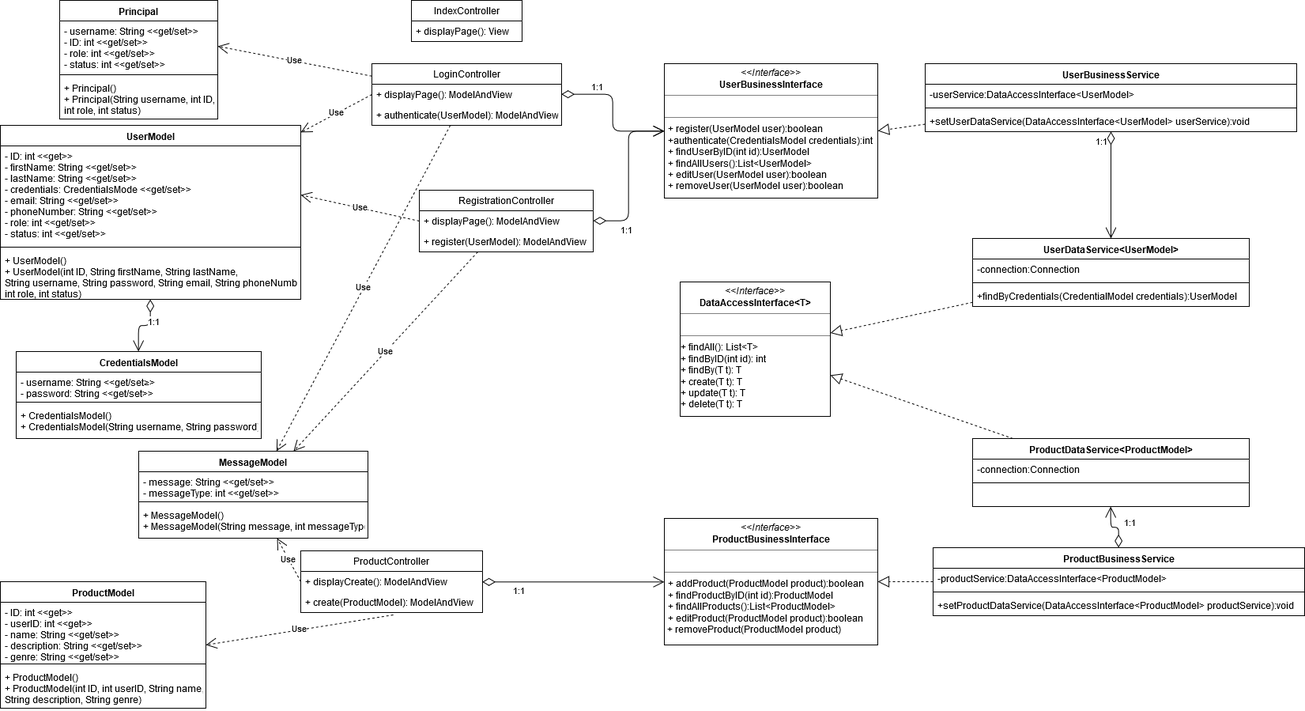
Earlier version of the draw.io export Documentation/UMLs/uml.png (BradyBerner/SpringCLC). Source tidied: cells renumbered, new cells last; positions are measured from the earlier drawing's top-left corner, leaving out a move shared by most shapes.
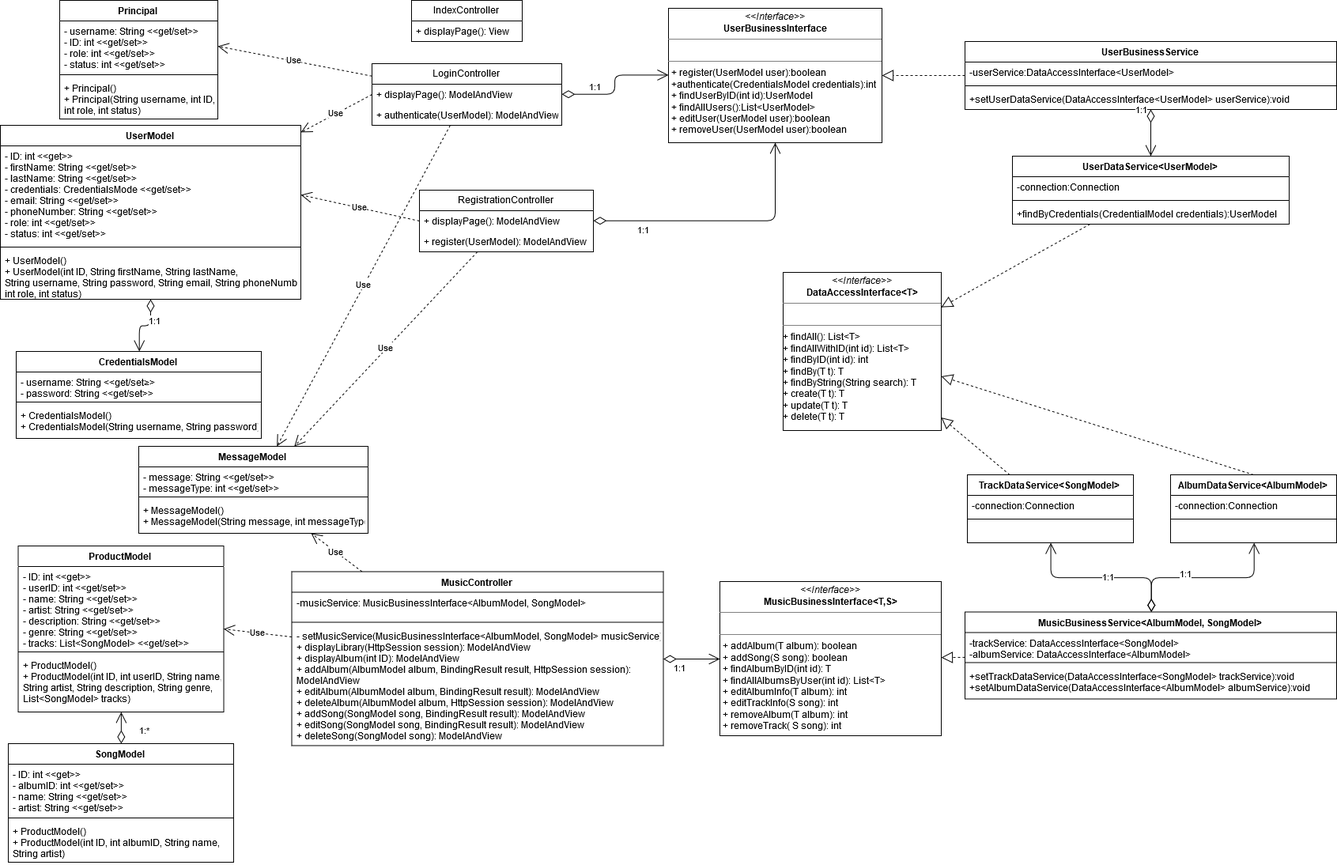
The same file after the commit.

Change to the diagram source:
```diff
@@ -53,12 +53,12 @@
     <mxCell id="18" value="ProductModel" style="swimlane;fontStyle=1;align=center;verticalAlign=top;horizontal=1;startSize=26;" parent="1" vertex="1">
-      <mxGeometry y="735" width="260" height="160" as="geometry" />
+      <mxGeometry x="22.5" y="690" width="260" height="210" as="geometry" />
     </mxCell>
-    <mxCell id="19" value="- ID: int &lt;&lt;get&gt;&gt;&#10;- userID: int &lt;&lt;get&gt;&gt;&#10;- name: String &lt;&lt;get/set&gt;&gt;&#10;- description: String &lt;&lt;get/set&gt;&gt;&#10;- genre: String &lt;&lt;get/set&gt;&gt;" style="text;strokeColor=none;fillColor=none;align=left;verticalAlign=top;spacingLeft=4;spacingRight=4;overflow=hidden;" parent="18" vertex="1">
-      <mxGeometry y="26" width="260" height="74" as="geometry" />
+    <mxCell id="19" value="- ID: int &lt;&lt;get&gt;&gt;&#10;- userID: int &lt;&lt;get/set&gt;&gt;&#10;- name: String &lt;&lt;get/set&gt;&gt;&#10;- artist: String &lt;&lt;get/set&gt;&gt;&#10;- description: String &lt;&lt;get/set&gt;&gt;&#10;- genre: String &lt;&lt;get/set&gt;&gt;&#10;- tracks: List&lt;SongModel&gt; &lt;&lt;get/set&gt;&gt;&#10;" style="text;strokeColor=none;fillColor=none;align=left;verticalAlign=top;spacingLeft=4;spacingRight=4;overflow=hidden;" parent="18" vertex="1">
+      <mxGeometry y="26" width="260" height="104" as="geometry" />
     </mxCell>
     <mxCell id="20" style="line;strokeWidth=1;fillColor=none;align=left;verticalAlign=middle;spacingTop=-1;spacingLeft=3;spacingRight=3;labelPosition=right;" parent="18" vertex="1">
-      <mxGeometry y="100" width="260" height="8" as="geometry" />
+      <mxGeometry y="130" width="260" height="8" as="geometry" />
     </mxCell>
-    <mxCell id="21" value="+ ProductModel()&#10;+ ProductModel(int ID, int userID, String name,&#10;String description, String genre)" style="text;strokeColor=none;fillColor=none;align=left;verticalAlign=top;spacingLeft=4;spacingRight=4;overflow=hidden;" parent="18" vertex="1">
-      <mxGeometry y="108" width="260" height="52" as="geometry" />
+    <mxCell id="21" value="+ ProductModel()&#10;+ ProductModel(int ID, int userID, String name,&#10;String artist, String description, String genre, &#10;List&lt;SongModel&gt; tracks)" style="text;strokeColor=none;fillColor=none;align=left;verticalAlign=top;spacingLeft=4;spacingRight=4;overflow=hidden;" parent="18" vertex="1">
+      <mxGeometry y="138" width="260" height="72" as="geometry" />
     </mxCell>
@@ -70,12 +70,3 @@
     </mxCell>
-    <mxCell id="24" value="ProductController" style="swimlane;fontStyle=0;horizontal=1;startSize=26;fillColor=none;" parent="1" vertex="1">
-      <mxGeometry x="380" y="696" width="230" height="78" as="geometry" />
-    </mxCell>
-    <mxCell id="25" value="+ displayCreate(): ModelAndView" style="text;strokeColor=none;fillColor=none;align=left;verticalAlign=top;spacingLeft=4;spacingRight=4;overflow=hidden;points=[[0,0.5],[1,0.5]];portConstraint=eastwest;" parent="24" vertex="1">
-      <mxGeometry y="26" width="230" height="26" as="geometry" />
-    </mxCell>
-    <mxCell id="26" value="+ create(ProductModel): ModelAndView" style="text;strokeColor=none;fillColor=none;align=left;verticalAlign=top;spacingLeft=4;spacingRight=4;overflow=hidden;points=[[0,0.5],[1,0.5]];portConstraint=eastwest;" parent="24" vertex="1">
-      <mxGeometry y="52" width="230" height="26" as="geometry" />
-    </mxCell>
-    <mxCell id="27" value="Use" style="endArrow=open;endSize=12;dashed=1;html=1;exitX=0.509;exitY=1.115;exitDx=0;exitDy=0;exitPerimeter=0;entryX=1;entryY=0.5;entryDx=0;entryDy=0;" parent="1" edge="1" source="26" target="18">
+    <mxCell id="27" value="Use" style="endArrow=open;endSize=12;dashed=1;html=1;entryX=1;entryY=0.5;entryDx=0;entryDy=0;" parent="1" edge="1" source="75" target="18">
       <mxGeometry relative="1" as="geometry" />
@@ -83,3 +74,3 @@
     <mxCell id="28" value="MessageModel" style="swimlane;fontStyle=1;align=center;verticalAlign=top;horizontal=1;startSize=26;" parent="1" vertex="1">
-      <mxGeometry x="175" y="570" width="290" height="110" as="geometry" />
+      <mxGeometry x="175" y="564" width="290" height="110" as="geometry" />
     </mxCell>
@@ -94,28 +85,28 @@
     </mxCell>
-    <mxCell id="32" value="Use" style="endArrow=open;endSize=12;dashed=1;html=1;exitX=0;exitY=0.5;exitDx=0;exitDy=0;" parent="1" edge="1" source="25" target="28">
+    <mxCell id="32" value="Use" style="endArrow=open;endSize=12;dashed=1;html=1;" parent="1" edge="1" source="75" target="28">
       <mxGeometry relative="1" as="geometry" />
     </mxCell>
-    <mxCell id="33" value="&lt;p style=&quot;margin: 0px ; margin-top: 4px ; text-align: center&quot;&gt;&lt;i&gt;&amp;lt;&amp;lt;Interface&amp;gt;&amp;gt;&lt;/i&gt;&lt;br&gt;&lt;b&gt;ProductBusinessInterface&lt;/b&gt;&lt;/p&gt;&lt;hr size=&quot;1&quot;&gt;&lt;br&gt;&lt;hr size=&quot;1&quot;&gt;&lt;p style=&quot;margin: 0px ; margin-left: 4px&quot;&gt;+ addProduct(ProductModel product):boolean&lt;/p&gt;&lt;p style=&quot;margin: 0px ; margin-left: 4px&quot;&gt;+ findProductByID(int id):ProductModel&lt;/p&gt;&lt;p style=&quot;margin: 0px ; margin-left: 4px&quot;&gt;+ findAllProducts():List&amp;lt;ProductModel&amp;gt;&lt;/p&gt;&lt;p style=&quot;margin: 0px ; margin-left: 4px&quot;&gt;+ editProduct(ProductModel product):boolean&lt;/p&gt;&amp;nbsp;+ removeProduct(ProductModel product)" style="verticalAlign=top;align=left;overflow=fill;fontSize=12;fontFamily=Helvetica;html=1;" parent="1" vertex="1">
-      <mxGeometry x="840" y="655" width="270" height="160" as="geometry" />
+    <mxCell id="33" value="&lt;p style=&quot;margin: 0px ; margin-top: 4px ; text-align: center&quot;&gt;&lt;i&gt;&amp;lt;&amp;lt;Interface&amp;gt;&amp;gt;&lt;/i&gt;&lt;br&gt;&lt;b&gt;MusicBusinessInterface&amp;lt;T,S&amp;gt;&lt;/b&gt;&lt;/p&gt;&lt;hr size=&quot;1&quot;&gt;&lt;br&gt;&lt;hr size=&quot;1&quot;&gt;&lt;p style=&quot;margin: 0px ; margin-left: 4px&quot;&gt;+ addAlbum(T album): boolean&lt;/p&gt;&lt;p style=&quot;margin: 0px ; margin-left: 4px&quot;&gt;+ addSong(S song): boolean&lt;/p&gt;&lt;p style=&quot;margin: 0px ; margin-left: 4px&quot;&gt;+ findAlbumByID(int id): T&lt;/p&gt;&lt;p style=&quot;margin: 0px ; margin-left: 4px&quot;&gt;+ findAllAlbumsByUser(int id): List&amp;lt;T&amp;gt;&lt;/p&gt;&lt;p style=&quot;margin: 0px ; margin-left: 4px&quot;&gt;+ editAlbumInfo(T album): int&lt;/p&gt;&lt;p style=&quot;margin: 0px ; margin-left: 4px&quot;&gt;+ editTrackInfo(S song): int&lt;/p&gt;&lt;p style=&quot;margin: 0px ; margin-left: 4px&quot;&gt;+ removeAlbum(T album): int&lt;/p&gt;&lt;p style=&quot;margin: 0px ; margin-left: 4px&quot;&gt;+ removeTrack( S song): int&lt;br&gt;&lt;/p&gt;" style="verticalAlign=top;align=left;overflow=fill;fontSize=12;fontFamily=Helvetica;html=1;" parent="1" vertex="1">
+      <mxGeometry x="910" y="735" width="280" height="195" as="geometry" />
     </mxCell>
-    <mxCell id="34" value="&lt;p style=&quot;margin: 0px ; margin-top: 4px ; text-align: center&quot;&gt;&lt;i&gt;&amp;lt;&amp;lt;Interface&amp;gt;&amp;gt;&lt;/i&gt;&lt;br&gt;&lt;b&gt;DataAccessInterface&amp;lt;T&amp;gt;&lt;/b&gt;&lt;/p&gt;&lt;hr size=&quot;1&quot;&gt;&lt;p style=&quot;margin: 0px ; margin-left: 4px&quot;&gt;&lt;br&gt;&lt;/p&gt;&lt;hr size=&quot;1&quot;&gt;+ findAll(): List&amp;lt;T&amp;gt;&lt;br&gt;+ findByID(int id): int&lt;br&gt;+ findBy(T t): T&lt;br&gt;+ create(T t): T&lt;br&gt;+ update(T t): T&lt;br&gt;+ delete(T t): T" style="verticalAlign=top;align=left;overflow=fill;fontSize=12;fontFamily=Helvetica;html=1;" parent="1" vertex="1">
-      <mxGeometry x="860" y="356" width="190" height="170" as="geometry" />
+    <mxCell id="34" value="&lt;p style=&quot;margin: 0px ; margin-top: 4px ; text-align: center&quot;&gt;&lt;i&gt;&amp;lt;&amp;lt;Interface&amp;gt;&amp;gt;&lt;/i&gt;&lt;br&gt;&lt;b&gt;DataAccessInterface&amp;lt;T&amp;gt;&lt;/b&gt;&lt;/p&gt;&lt;hr size=&quot;1&quot;&gt;&lt;p style=&quot;margin: 0px ; margin-left: 4px&quot;&gt;&lt;br&gt;&lt;/p&gt;&lt;hr size=&quot;1&quot;&gt;&lt;div&gt;+ findAll(): List&amp;lt;T&amp;gt;&lt;/div&gt;&lt;div&gt;+ findAllWithID(int id): List&amp;lt;T&amp;gt;&lt;br&gt;&lt;/div&gt;+ findByID(int id): int&lt;br&gt;&lt;div&gt;+ findBy(T t): T&lt;/div&gt;&lt;div&gt;+ findByString(String search): T&lt;br&gt;&lt;/div&gt;+ create(T t): T&lt;br&gt;+ update(T t): T&lt;br&gt;+ delete(T t): T" style="verticalAlign=top;align=left;overflow=fill;fontSize=12;fontFamily=Helvetica;html=1;" parent="1" vertex="1">
+      <mxGeometry x="990" y="344" width="200" height="200" as="geometry" />
     </mxCell>
     <mxCell id="35" value="&lt;p style=&quot;margin: 0px ; margin-top: 4px ; text-align: center&quot;&gt;&lt;i&gt;&amp;lt;&amp;lt;Interface&amp;gt;&amp;gt;&lt;/i&gt;&lt;br&gt;&lt;b&gt;UserBusinessInterface&lt;/b&gt;&lt;/p&gt;&lt;hr size=&quot;1&quot;&gt;&lt;br&gt;&lt;hr size=&quot;1&quot;&gt;&lt;p style=&quot;margin: 0px ; margin-left: 4px&quot;&gt;+ register(UserModel user):boolean&lt;/p&gt;&lt;p style=&quot;margin: 0px ; margin-left: 4px&quot;&gt;+authenticate(CredentialsModel credentials):int&lt;/p&gt;&lt;p style=&quot;margin: 0px ; margin-left: 4px&quot;&gt;+ findUserByID(int id):UserModel&lt;/p&gt;&lt;p style=&quot;margin: 0px ; margin-left: 4px&quot;&gt;+ findAllUsers():List&amp;lt;UserModel&amp;gt;&lt;/p&gt;&lt;p style=&quot;margin: 0px ; margin-left: 4px&quot;&gt;+ editUser(UserModel user):boolean&lt;/p&gt;&lt;p style=&quot;margin: 0px ; margin-left: 4px&quot;&gt;+ removeUser(UserModel user):boolean&lt;br&gt;&lt;/p&gt;" style="verticalAlign=top;align=left;overflow=fill;fontSize=12;fontFamily=Helvetica;html=1;" parent="1" vertex="1">
-      <mxGeometry x="840" y="80" width="270" height="170" as="geometry" />
+      <mxGeometry x="845" y="10" width="270" height="170" as="geometry" />
     </mxCell>
-    <mxCell id="36" value="ProductBusinessService" style="swimlane;fontStyle=1;align=center;verticalAlign=top;horizontal=1;startSize=26;" parent="1" vertex="1">
-      <mxGeometry x="1180" y="692" width="470" height="86" as="geometry" />
+    <mxCell id="36" value="MusicBusinessService&lt;AlbumModel, SongModel&gt;" style="swimlane;fontStyle=1;align=center;verticalAlign=top;horizontal=1;startSize=26;" parent="1" vertex="1">
+      <mxGeometry x="1220" y="773.5" width="470" height="110" as="geometry" />
     </mxCell>
-    <mxCell id="37" value="-productService:DataAccessInterface&lt;ProductModel&gt; " style="text;strokeColor=none;fillColor=none;align=left;verticalAlign=top;spacingLeft=4;spacingRight=4;overflow=hidden;" parent="36" vertex="1">
-      <mxGeometry y="26" width="470" height="26" as="geometry" />
+    <mxCell id="37" value="-trackService: DataAccessInterface&lt;SongModel&gt;&#10;-albumService: DataAccessInterface&lt;AlbumModel&gt;&#10;" style="text;strokeColor=none;fillColor=none;align=left;verticalAlign=top;spacingLeft=4;spacingRight=4;overflow=hidden;" parent="36" vertex="1">
+      <mxGeometry y="26" width="470" height="34" as="geometry" />
     </mxCell>
     <mxCell id="38" style="line;strokeWidth=1;fillColor=none;align=left;verticalAlign=middle;spacingTop=-1;spacingLeft=3;spacingRight=3;labelPosition=right;" parent="36" vertex="1">
-      <mxGeometry y="52" width="470" height="8" as="geometry" />
+      <mxGeometry y="60" width="470" height="8" as="geometry" />
     </mxCell>
-    <mxCell id="39" value="+setProductDataService(DataAccessInterface&lt;ProductModel&gt; productService):void" style="text;strokeColor=none;fillColor=none;align=left;verticalAlign=top;spacingLeft=4;spacingRight=4;overflow=hidden;" parent="36" vertex="1">
-      <mxGeometry y="60" width="470" height="26" as="geometry" />
+    <mxCell id="39" value="+setTrackDataService(DataAccessInterface&lt;SongModel&gt; trackService):void&#10;+setAlbumDataService(DataAccessInterface&lt;AlbumModel&gt; albumService):void" style="text;strokeColor=none;fillColor=none;align=left;verticalAlign=top;spacingLeft=4;spacingRight=4;overflow=hidden;" parent="36" vertex="1">
+      <mxGeometry y="68" width="470" height="42" as="geometry" />
     </mxCell>
     <mxCell id="40" value="UserBusinessService" style="swimlane;fontStyle=1;align=center;verticalAlign=top;horizontal=1;startSize=26;" parent="1" vertex="1">
-      <mxGeometry x="1170" y="80" width="470" height="86" as="geometry" />
+      <mxGeometry x="1220" y="52" width="470" height="86" as="geometry" />
     </mxCell>
@@ -134,3 +125,3 @@
     <mxCell id="45" value="UserDataService&lt;UserModel&gt;" style="swimlane;fontStyle=1;align=center;verticalAlign=top;horizontal=1;startSize=26;" parent="1" vertex="1">
-      <mxGeometry x="1230" y="301" width="350" height="86" as="geometry" />
+      <mxGeometry x="1280" y="197" width="350" height="86" as="geometry" />
     </mxCell>
@@ -145,13 +136,13 @@
     </mxCell>
-    <mxCell id="49" value="ProductDataService&lt;ProductModel&gt;" style="swimlane;fontStyle=1;align=center;verticalAlign=top;horizontal=1;startSize=26;" parent="1" vertex="1">
-      <mxGeometry x="1230" y="554" width="350" height="86" as="geometry" />
+    <mxCell id="49" value="AlbumDataService&lt;AlbumModel&gt;" style="swimlane;fontStyle=1;align=center;verticalAlign=top;horizontal=1;startSize=26;" parent="1" vertex="1">
+      <mxGeometry x="1480" y="600" width="210" height="86" as="geometry" />
     </mxCell>
     <mxCell id="50" value="-connection:Connection" style="text;strokeColor=none;fillColor=none;align=left;verticalAlign=top;spacingLeft=4;spacingRight=4;overflow=hidden;" parent="49" vertex="1">
-      <mxGeometry y="26" width="350" height="26" as="geometry" />
+      <mxGeometry y="26" width="210" height="26" as="geometry" />
     </mxCell>
     <mxCell id="51" style="line;strokeWidth=1;fillColor=none;align=left;verticalAlign=middle;spacingTop=-1;spacingLeft=3;spacingRight=3;labelPosition=right;" parent="49" vertex="1">
-      <mxGeometry y="52" width="350" height="8" as="geometry" />
+      <mxGeometry y="52" width="210" height="8" as="geometry" />
     </mxCell>
     <mxCell id="52" value=" " style="text;strokeColor=none;fillColor=none;align=left;verticalAlign=top;spacingLeft=4;spacingRight=4;overflow=hidden;" parent="49" vertex="1">
-      <mxGeometry y="60" width="350" height="26" as="geometry" />
+      <mxGeometry y="60" width="210" height="26" as="geometry" />
     </mxCell>
@@ -160,3 +151,3 @@
     </mxCell>
-    <mxCell id="54" style="endArrow=block;dashed=1;endFill=0;endSize=12;html=1;" parent="1" edge="1" source="49" target="34">
+    <mxCell id="54" style="endArrow=block;dashed=1;endFill=0;endSize=12;html=1;exitX=0.5;exitY=0;exitDx=0;exitDy=0;" parent="1" edge="1" source="49" target="34">
       <mxGeometry relative="1" as="geometry" />
@@ -190,3 +181,3 @@
     </mxCell>
-    <mxCell id="64" value="1:1" style="endArrow=open;html=1;endSize=12;startArrow=diamondThin;startSize=14;startFill=0;edgeStyle=orthogonalEdgeStyle;align=left;verticalAlign=bottom;exitX=1;exitY=0.5;exitDx=0;exitDy=0;" parent="1" edge="1" source="25" target="33">
+    <mxCell id="64" value="1:1" style="endArrow=open;html=1;endSize=12;startArrow=diamondThin;startSize=14;startFill=0;edgeStyle=orthogonalEdgeStyle;align=left;verticalAlign=bottom;" parent="1" edge="1" source="75" target="33">
       <mxGeometry x="-0.67" y="-21" relative="1" as="geometry" />
@@ -205,2 +196,47 @@
     </mxCell>
+    <mxCell id="69" value="TrackDataService&lt;SongModel&gt;" style="swimlane;fontStyle=1;align=center;verticalAlign=top;horizontal=1;startSize=26;" parent="1" vertex="1">
+      <mxGeometry x="1223" y="600" width="210" height="86" as="geometry" />
+    </mxCell>
+    <mxCell id="70" value="-connection:Connection" style="text;strokeColor=none;fillColor=none;align=left;verticalAlign=top;spacingLeft=4;spacingRight=4;overflow=hidden;" parent="69" vertex="1">
+      <mxGeometry y="26" width="210" height="26" as="geometry" />
+    </mxCell>
+    <mxCell id="71" style="line;strokeWidth=1;fillColor=none;align=left;verticalAlign=middle;spacingTop=-1;spacingLeft=3;spacingRight=3;labelPosition=right;" parent="69" vertex="1">
+      <mxGeometry y="52" width="210" height="8" as="geometry" />
+    </mxCell>
+    <mxCell id="72" value=" " style="text;strokeColor=none;fillColor=none;align=left;verticalAlign=top;spacingLeft=4;spacingRight=4;overflow=hidden;" parent="69" vertex="1">
+      <mxGeometry y="60" width="210" height="26" as="geometry" />
+    </mxCell>
+    <mxCell id="73" style="endArrow=block;dashed=1;endFill=0;endSize=12;html=1;" parent="1" edge="1" source="69" target="34">
+      <mxGeometry relative="1" as="geometry" />
+    </mxCell>
+    <mxCell id="74" value="1:1" style="endArrow=open;html=1;endSize=12;startArrow=diamondThin;startSize=14;startFill=0;edgeStyle=orthogonalEdgeStyle;align=left;verticalAlign=bottom;" parent="1" edge="1" source="36" target="69">
+      <mxGeometry x="-0.01" y="9" relative="1" as="geometry" />
+    </mxCell>
+    <mxCell id="75" value="MusicController" style="swimlane;fontStyle=1;align=center;verticalAlign=top;horizontal=1;startSize=26;" parent="1" vertex="1">
+      <mxGeometry x="368.5" y="722.5" width="470" height="220" as="geometry" />
+    </mxCell>
+    <mxCell id="76" value="-musicService: MusicBusinessInterface&lt;AlbumModel, SongModel&gt;" style="text;strokeColor=none;fillColor=none;align=left;verticalAlign=top;spacingLeft=4;spacingRight=4;overflow=hidden;" parent="75" vertex="1">
+      <mxGeometry y="26" width="470" height="34" as="geometry" />
+    </mxCell>
+    <mxCell id="77" style="line;strokeWidth=1;fillColor=none;align=left;verticalAlign=middle;spacingTop=-1;spacingLeft=3;spacingRight=3;labelPosition=right;" parent="75" vertex="1">
+      <mxGeometry y="60" width="470" height="8" as="geometry" />
+    </mxCell>
+    <mxCell id="78" value="- setMusicService(MusicBusinessInterface&lt;AlbumModel, SongModel&gt; musicService)&#10;+ displayLibrary(HttpSession session): ModelAndView&#10;+ displayAlbum(int ID): ModelAndView&#10;+ addAlbum(AlbumModel album, BindingResult result, HttpSession session): &#10;ModelAndView&#10;+ editAlbum(AlbumModel album, BindingResult result): ModelAndView&#10;+ deleteAlbum(AlbumModel album, HttpSession session): ModelAndView&#10;+ addSong(SongModel song, BindingResult result): ModelAndView&#10;+ editSong(SongModel song, BindingResult result): ModelAndView&#10;+ deleteSong(SongModel song): ModelAndView&#10;&#10;&#10;&#10;&#10;" style="text;strokeColor=none;fillColor=none;align=left;verticalAlign=top;spacingLeft=4;spacingRight=4;overflow=hidden;" parent="75" vertex="1">
+      <mxGeometry y="68" width="470" height="152" as="geometry" />
+    </mxCell>
+    <mxCell id="79" value="SongModel" style="swimlane;fontStyle=1;align=center;verticalAlign=top;horizontal=1;startSize=26;" parent="1" vertex="1">
+      <mxGeometry x="10" y="940" width="285" height="150" as="geometry" />
+    </mxCell>
+    <mxCell id="80" value="- ID: int &lt;&lt;get&gt;&gt;&#10;- albumID: int &lt;&lt;get/set&gt;&gt;&#10;- name: String &lt;&lt;get/set&gt;&gt;&#10;- artist: String &lt;&lt;get/set&gt;&gt;" style="text;strokeColor=none;fillColor=none;align=left;verticalAlign=top;spacingLeft=4;spacingRight=4;overflow=hidden;" parent="79" vertex="1">
+      <mxGeometry y="26" width="285" height="64" as="geometry" />
+    </mxCell>
+    <mxCell id="81" style="line;strokeWidth=1;fillColor=none;align=left;verticalAlign=middle;spacingTop=-1;spacingLeft=3;spacingRight=3;labelPosition=right;" parent="79" vertex="1">
+      <mxGeometry y="90" width="285" height="8" as="geometry" />
+    </mxCell>
+    <mxCell id="82" value="+ ProductModel()&#10;+ ProductModel(int ID, int albumID, String name,&#10;String artist)" style="text;strokeColor=none;fillColor=none;align=left;verticalAlign=top;spacingLeft=4;spacingRight=4;overflow=hidden;" parent="79" vertex="1">
+      <mxGeometry y="98" width="285" height="52" as="geometry" />
+    </mxCell>
+    <mxCell id="83" value="1:*" style="endArrow=open;html=1;endSize=12;startArrow=diamondThin;startSize=14;startFill=0;edgeStyle=orthogonalEdgeStyle;align=left;verticalAlign=bottom;" parent="1" edge="1" source="79" target="18">
+      <mxGeometry x="-0.67" y="-21" relative="1" as="geometry" />
+    </mxCell>
   </root>
```
